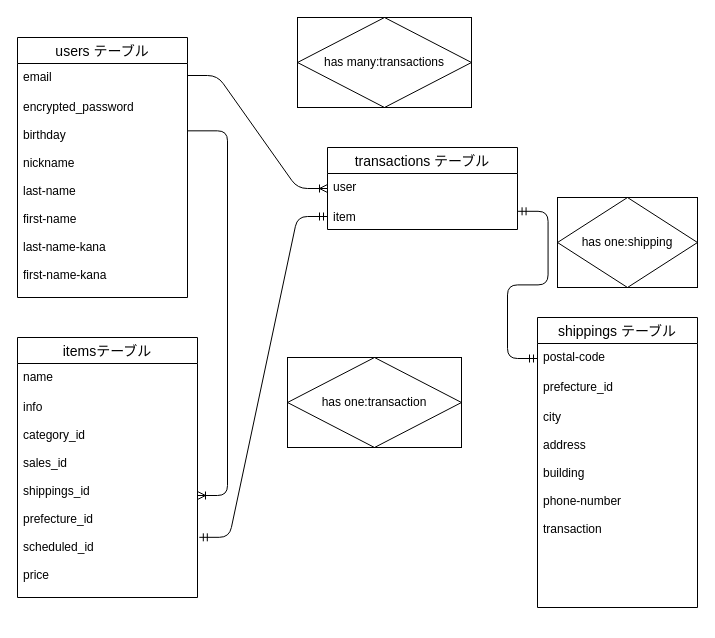
Above: er.dio in hirofumishiba0301/furima-29629 (draw.io), before the change. Source tidied: cells renumbered, new cells numbered last; positions are measured from the earlier drawing's top-left corner, leaving out a move shared by most shapes. Both pictures are drawn from the tidied source at 100%, with x=0, y=0 at pixel (17, 17).
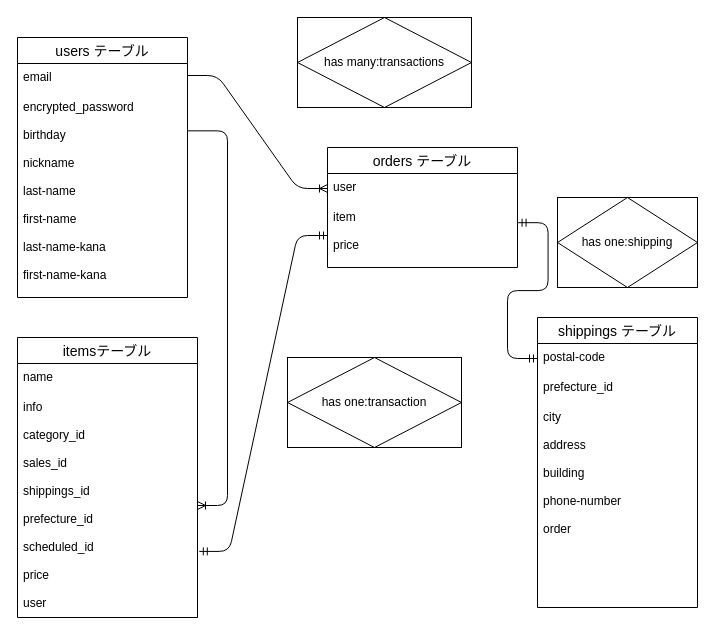
The same diagram, later.

The change refers to these unchanged cells:
```xml
<mxCell id="18" value="shippings テーブル" style="swimlane;fontStyle=0;horizontal=1;startSize=26;align=center;fontSize=14;" parent="1" vertex="1">
  <mxGeometry x="520" y="300" width="160" height="290" as="geometry" />
</mxCell>
```

Change to the diagram source:
```diff
@@
-    <mxCell id="5" value="transactions テーブル" style="swimlane;fontStyle=0;horizontal=1;startSize=26;align=center;fontSize=14;" parent="1" vertex="1">
-      <mxGeometry x="310" y="130" width="190" height="82" as="geometry" />
+    <mxCell id="5" value="orders テーブル" style="swimlane;fontStyle=0;horizontal=1;startSize=26;align=center;fontSize=14;" parent="1" vertex="1">
+      <mxGeometry x="310" y="130" width="190" height="120" as="geometry" />
     </mxCell>
@@
-    <mxCell id="7" value="item" style="text;strokeColor=none;fillColor=none;spacingLeft=4;spacingRight=4;overflow=hidden;points=[[0,0.5],[1,0.5]];portConstraint=eastwest;fontSize=12;" parent="5" vertex="1">
-      <mxGeometry y="56" width="190" height="26" as="geometry" />
+    <mxCell id="7" value="item&#10;&#10;price" style="text;strokeColor=none;fillColor=none;spacingLeft=4;spacingRight=4;overflow=hidden;points=[[0,0.5],[1,0.5]];portConstraint=eastwest;fontSize=12;" parent="5" vertex="1">
+      <mxGeometry y="56" width="190" height="64" as="geometry" />
     </mxCell>
@@
     <mxCell id="15" value="itemsテーブル" style="swimlane;fontStyle=0;horizontal=1;startSize=26;align=center;fontSize=14;" parent="1" vertex="1">
-      <mxGeometry y="320" width="180" height="260" as="geometry" />
+      <mxGeometry y="320" width="180" height="280" as="geometry" />
     </mxCell>
@@
-    <mxCell id="17" value="info&#10;&#10;category_id&#10;&#10;sales_id&#10;&#10;shippings_id&#10;&#10;prefecture_id&#10;&#10;scheduled_id&#10;&#10;price" style="text;strokeColor=none;fillColor=none;spacingLeft=4;spacingRight=4;overflow=hidden;points=[[0,0.5],[1,0.5]];portConstraint=eastwest;fontSize=12;" parent="15" vertex="1">
-      <mxGeometry y="56" width="180" height="204" as="geometry" />
+    <mxCell id="17" value="info&#10;&#10;category_id&#10;&#10;sales_id&#10;&#10;shippings_id&#10;&#10;prefecture_id&#10;&#10;scheduled_id&#10;&#10;price&#10;&#10;user" style="text;strokeColor=none;fillColor=none;spacingLeft=4;spacingRight=4;overflow=hidden;points=[[0,0.5],[1,0.5]];portConstraint=eastwest;fontSize=12;" parent="15" vertex="1">
+      <mxGeometry y="56" width="180" height="224" as="geometry" />
     </mxCell>
@@
-    <mxCell id="21" value="city&#10;&#10;address&#10;&#10;building&#10;&#10;phone-number&#10;&#10;transaction" style="text;strokeColor=none;fillColor=none;spacingLeft=4;spacingRight=4;overflow=hidden;fontSize=12;" parent="18" vertex="1">
+    <mxCell id="21" value="city&#10;&#10;address&#10;&#10;building&#10;&#10;phone-number&#10;&#10;order" style="text;strokeColor=none;fillColor=none;spacingLeft=4;spacingRight=4;overflow=hidden;fontSize=12;" parent="18" vertex="1">
       <mxGeometry y="86" width="160" height="204" as="geometry" />
     </mxCell>
```
